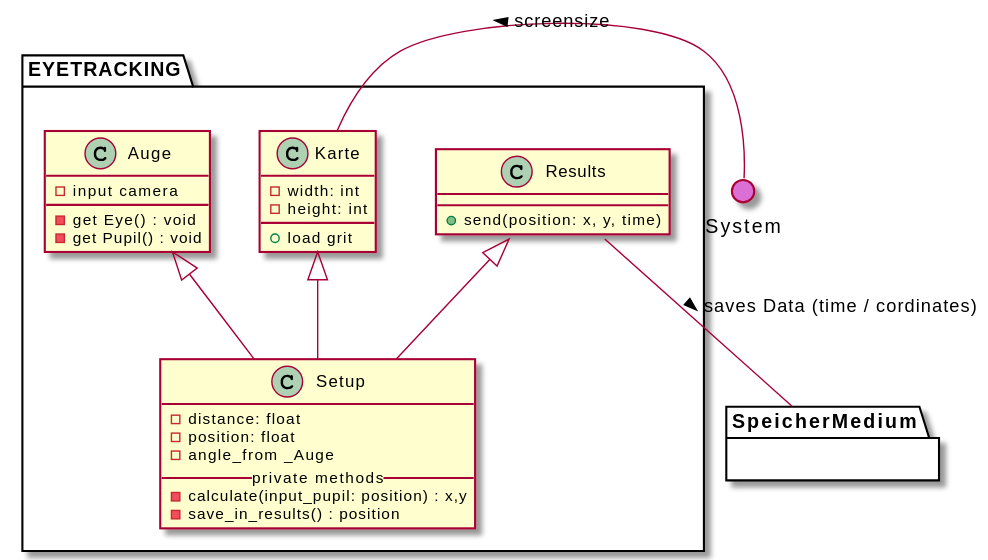
weichware10/meilensteine keeps this PlantUML diagram as meilenstein_03/uml-eyetracking/eyetracking.svg. Above is the earlier version. Its diagram source:
```plantuml
@startuml
() System #DA70D5
top to bottom direction

package EYETRACKING {

    class Auge {
        - input camera
        - get Eye() : void
        - get Pupil() : void
    }

    class Karte {
        - width: int
        - height: int
        __
        + load grit
    }

    class Setup {
        - distance: float
        - position: float
        - angle_from _Auge
        __private methods__
        - calculate(input_pupil: position) : x,y
        - save_in_results() : position
    }

    class Results {
        + send(position: x, y, time)
    }


    Results <|-- Setup
    Auge <|-- Setup
    Karte <|-- Setup




    Results::save -- SpeicherMedium : > saves Data (time / cordinates)
    Karte -r- System : < screensize

}




package SpeicherMedium {}
@enduml
```
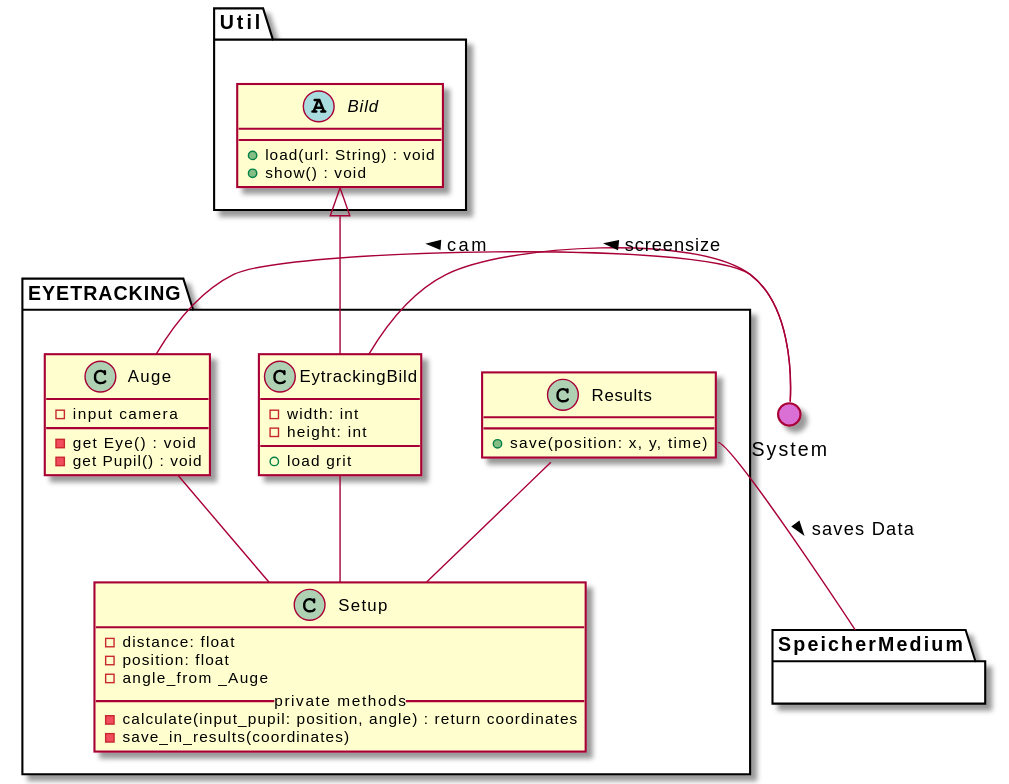
Above is the later version.

Commit message:
Render PlantUML SVGs

Diff of the diagram source:
```diff
@@ -1,6 +1,24 @@
 @startuml
 () System #DA70D5
 top to bottom direction
+
+
+package Util {
+
+
+
+
+
+
+
+    abstract Bild {
+      + load(url: String) : void
+      + show() : void
+    }
+
+
+}
+
 
 package EYETRACKING {
 
@@ -10,7 +28,7 @@
         - get Pupil() : void
     }
 
-    class Karte {
+    class EytrackingBild {
         - width: int
         - height: int
         __
@@ -22,24 +40,26 @@
         - position: float
         - angle_from _Auge
         __private methods__
-        - calculate(input_pupil: position) : x,y
-        - save_in_results() : position
+        - calculate(input_pupil: position, angle) : return coordinates
+        - save_in_results(coordinates)
     }
 
     class Results {
-        + send(position: x, y, time)
+        + save(position: x, y, time)
     }
 
 
-    Results <|-- Setup
-    Auge <|-- Setup
-    Karte <|-- Setup
+    Results -- Setup
+    Auge -- Setup
+    EytrackingBild -- Setup
+    Bild <|-- EytrackingBild
 
 
 
 
-    Results::save -- SpeicherMedium : > saves Data (time / cordinates)
-    Karte -r- System : < screensize
+    Results::save -- SpeicherMedium : > saves Data
+    EytrackingBild  -r- System : < screensize
+    Auge -r- System : < cam
 
 }
 
```
